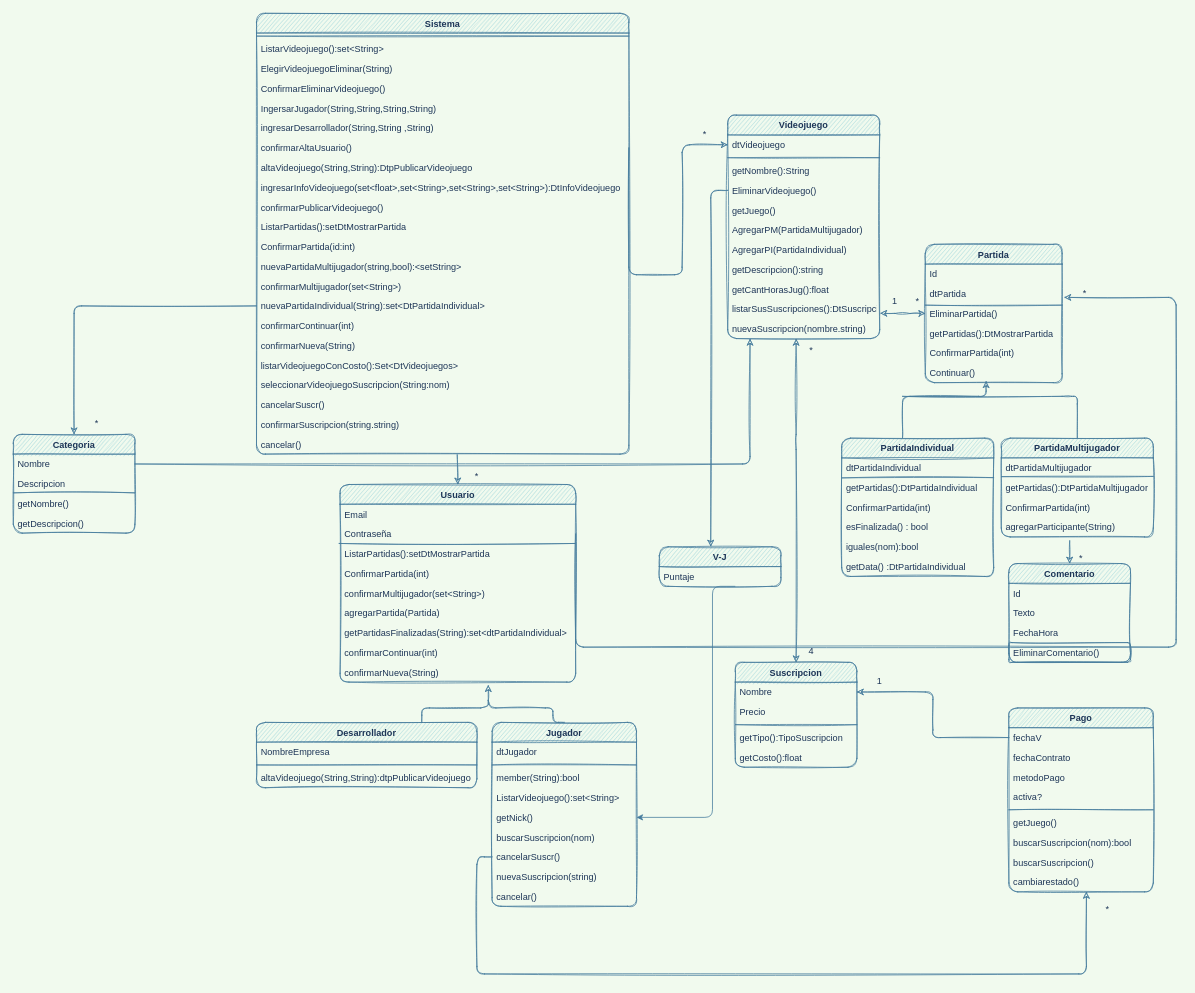
This is UML.drawio from CintiaLeal/Laboratorio_PA, a draw.io file, before an edit. Source tidied: cells renumbered, new cells numbered last; positions are measured from the earlier drawing's top-left corner, leaving out a move shared by most shapes. Both pictures are drawn from the tidied source at 76%, with x=0, y=0 at pixel (13, 13).
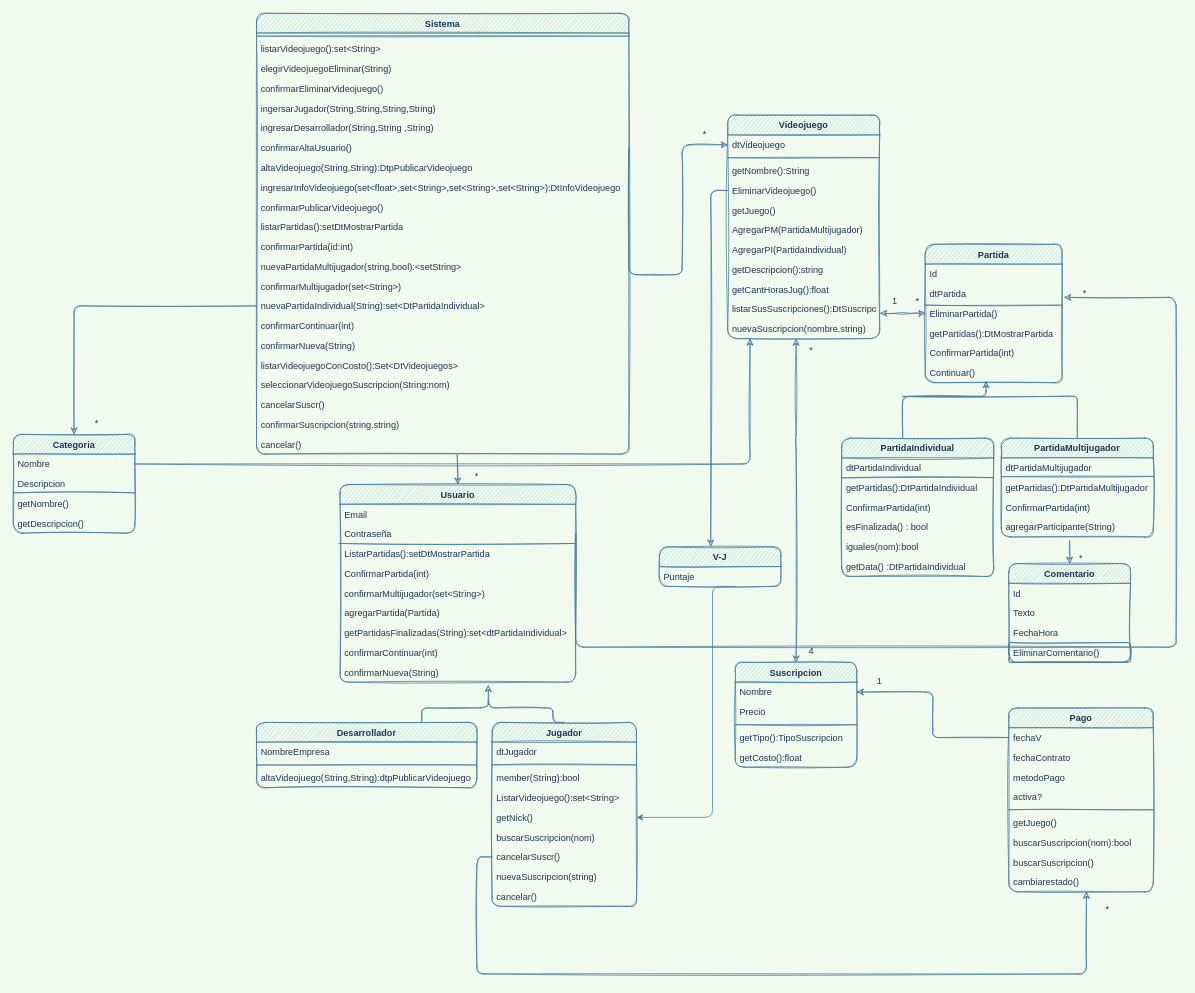
Above is the later version.

Commit message:
UML correccion en la parte de sistema

Unchanged cells that the change refers to:
```xml
<mxCell id="2" value="Sistema" style="swimlane;fontStyle=1;align=center;verticalAlign=top;horizontal=1;startSize=26;fillColor=#A8DADC;strokeColor=#457B9D;fontColor=#1D3557;sketch=1;rounded=1;" parent="1" vertex="1">
  <mxGeometry x="320" width="490" height="580" as="geometry" />
</mxCell>
```

Change to the diagram source:
```diff
@@
-    <mxCell id="4" value="ListarVideojuego():set&lt;String&gt;" style="text;strokeColor=none;fillColor=none;align=left;verticalAlign=top;spacingLeft=4;spacingRight=4;overflow=hidden;fontColor=#1D3557;sketch=1;rounded=1;" parent="2" vertex="1">
+    <mxCell id="4" value="listarVideojuego():set&lt;String&gt;" style="text;strokeColor=none;fillColor=none;align=left;verticalAlign=top;spacingLeft=4;spacingRight=4;overflow=hidden;fontColor=#1D3557;sketch=1;rounded=1;" parent="2" vertex="1">
       <mxGeometry y="34" width="490" height="26" as="geometry" />
     </mxCell>
-    <mxCell id="5" value="ElegirVideojuegoEliminar(String)" style="text;strokeColor=none;fillColor=none;align=left;verticalAlign=top;spacingLeft=4;spacingRight=4;overflow=hidden;fontColor=#1D3557;sketch=1;rounded=1;" parent="2" vertex="1">
+    <mxCell id="5" value="elegirVideojuegoEliminar(String)" style="text;strokeColor=none;fillColor=none;align=left;verticalAlign=top;spacingLeft=4;spacingRight=4;overflow=hidden;fontColor=#1D3557;sketch=1;rounded=1;" parent="2" vertex="1">
       <mxGeometry y="60" width="490" height="26" as="geometry" />
     </mxCell>
-    <mxCell id="6" value="ConfirmarEliminarVideojuego()" style="text;strokeColor=none;fillColor=none;align=left;verticalAlign=top;spacingLeft=4;spacingRight=4;overflow=hidden;fontColor=#1D3557;sketch=1;rounded=1;" parent="2" vertex="1">
+    <mxCell id="6" value="confirmarEliminarVideojuego()" style="text;strokeColor=none;fillColor=none;align=left;verticalAlign=top;spacingLeft=4;spacingRight=4;overflow=hidden;fontColor=#1D3557;sketch=1;rounded=1;" parent="2" vertex="1">
       <mxGeometry y="86" width="490" height="26" as="geometry" />
     </mxCell>
-    <mxCell id="7" value="IngersarJugador(String,String,String,String)" style="text;strokeColor=none;fillColor=none;align=left;verticalAlign=top;spacingLeft=4;spacingRight=4;overflow=hidden;fontColor=#1D3557;sketch=1;rounded=1;" parent="2" vertex="1">
+    <mxCell id="7" value="ingersarJugador(String,String,String,String)" style="text;strokeColor=none;fillColor=none;align=left;verticalAlign=top;spacingLeft=4;spacingRight=4;overflow=hidden;fontColor=#1D3557;sketch=1;rounded=1;" parent="2" vertex="1">
       <mxGeometry y="112" width="490" height="26" as="geometry" />
     </mxCell>
@@
-    <mxCell id="13" value="ListarPartidas():setDtMostrarPartida" style="text;strokeColor=none;fillColor=none;align=left;verticalAlign=top;spacingLeft=4;spacingRight=4;overflow=hidden;fontColor=#1D3557;sketch=1;rounded=1;" parent="2" vertex="1">
+    <mxCell id="13" value="listarPartidas():setDtMostrarPartida" style="text;strokeColor=none;fillColor=none;align=left;verticalAlign=top;spacingLeft=4;spacingRight=4;overflow=hidden;fontColor=#1D3557;sketch=1;rounded=1;" parent="2" vertex="1">
       <mxGeometry y="268" width="490" height="26" as="geometry" />
     </mxCell>
-    <mxCell id="14" value="ConfirmarPartida(id:int)" style="text;strokeColor=none;fillColor=none;align=left;verticalAlign=top;spacingLeft=4;spacingRight=4;overflow=hidden;fontColor=#1D3557;sketch=1;rounded=1;" parent="2" vertex="1">
+    <mxCell id="14" value="confirmarPartida(id:int)" style="text;strokeColor=none;fillColor=none;align=left;verticalAlign=top;spacingLeft=4;spacingRight=4;overflow=hidden;fontColor=#1D3557;sketch=1;rounded=1;" parent="2" vertex="1">
       <mxGeometry y="294" width="490" height="26" as="geometry" />
     </mxCell>
```
